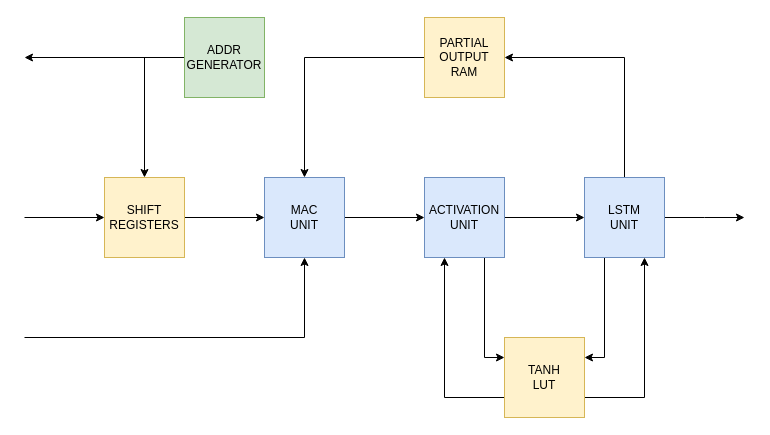
Before: slides/images/overview_arch.drawio in AlessandroVaraldi/LSTM_ACCELERATOR, a draw.io diagram. Source tidied: cells renumbered, new cells numbered last; positions are measured from the earlier drawing's top-left corner, leaving out a move shared by most shapes. Both pictures are drawn from the tidied source at 100%, with x=0, y=0 at pixel (24, 17).
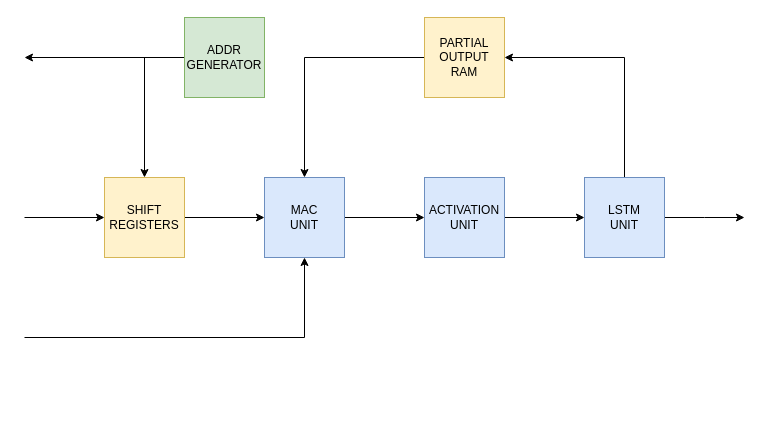
The same diagram, later.

The change refers to these unchanged cells:
```xml
<mxCell id="7" value="&lt;div&gt;ACTIVATION&lt;/div&gt;&lt;div&gt;UNIT&lt;br&gt;&lt;/div&gt;" style="whiteSpace=wrap;html=1;fillColor=#dae8fc;strokeColor=#6c8ebf;" parent="1" vertex="1">
  <mxGeometry x="400" y="160" width="80" height="80" as="geometry" />
</mxCell>
<mxCell id="11" value="&lt;div&gt;LSTM&lt;/div&gt;&lt;div&gt;UNIT&lt;br&gt;&lt;/div&gt;" style="whiteSpace=wrap;html=1;fillColor=#dae8fc;strokeColor=#6c8ebf;" parent="1" vertex="1">
  <mxGeometry x="560" y="160" width="80" height="80" as="geometry" />
</mxCell>
```

The edit, as a diff of the source:
```diff
@@
-    <mxCell id="5" style="edgeStyle=orthogonalEdgeStyle;rounded=0;jettySize=auto;html=1;exitX=0.75;exitY=1;exitDx=0;exitDy=0;entryX=0;entryY=0.25;entryDx=0;entryDy=0;" parent="1" edge="1" source="7" target="14">
-      <mxGeometry relative="1" as="geometry" />
-    </mxCell>
@@
-    <mxCell id="8" style="edgeStyle=orthogonalEdgeStyle;rounded=0;jettySize=auto;html=1;exitX=0.25;exitY=1;exitDx=0;exitDy=0;entryX=1;entryY=0.25;entryDx=0;entryDy=0;" parent="1" edge="1" source="11" target="14">
-      <mxGeometry relative="1" as="geometry" />
-    </mxCell>
@@
-    <mxCell id="12" style="edgeStyle=orthogonalEdgeStyle;rounded=0;jettySize=auto;html=1;exitX=0;exitY=0.75;exitDx=0;exitDy=0;entryX=0.25;entryY=1;entryDx=0;entryDy=0;" parent="1" edge="1" source="14" target="7">
-      <mxGeometry relative="1" as="geometry" />
-    </mxCell>
-    <mxCell id="13" style="edgeStyle=orthogonalEdgeStyle;rounded=0;jettySize=auto;html=1;exitX=1;exitY=0.75;exitDx=0;exitDy=0;entryX=0.75;entryY=1;entryDx=0;entryDy=0;" parent="1" edge="1" source="14" target="11">
-      <mxGeometry relative="1" as="geometry" />
-    </mxCell>
-    <mxCell id="14" value="&lt;div&gt;TANH&lt;/div&gt;&lt;div&gt;LUT&lt;br&gt;&lt;/div&gt;" style="whiteSpace=wrap;html=1;fillColor=#fff2cc;strokeColor=#d6b656;" parent="1" vertex="1">
-      <mxGeometry x="480" y="320" width="80" height="80" as="geometry" />
-    </mxCell>
```
